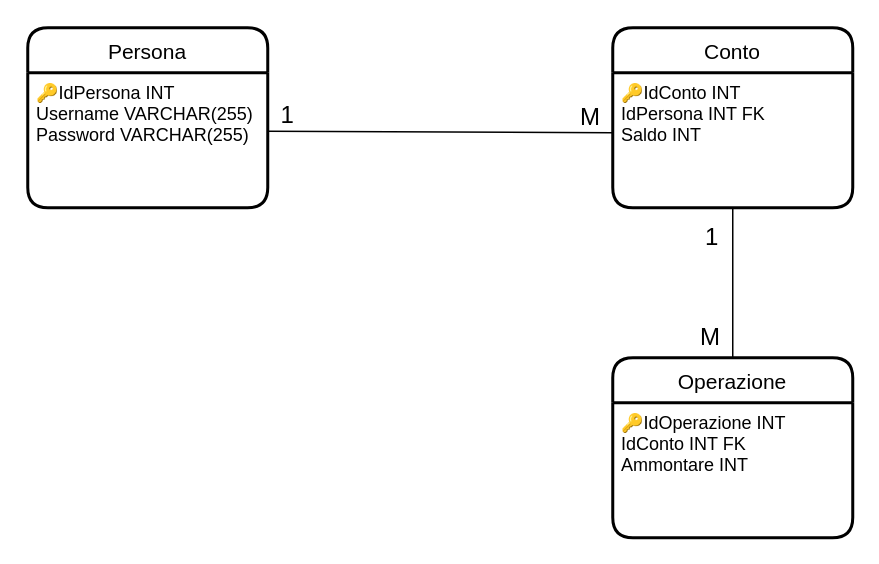
The draw.io diagram conto/progettazione contodb.drawio in vvettigli/demo-bank-account, before the edit. Source tidied: cells renumbered, new cells numbered last; positions are measured from the earlier drawing's top-left corner, leaving out a move shared by most shapes. Both pictures are drawn from the tidied source at 150%, with x=0, y=0 at pixel (27, 27).
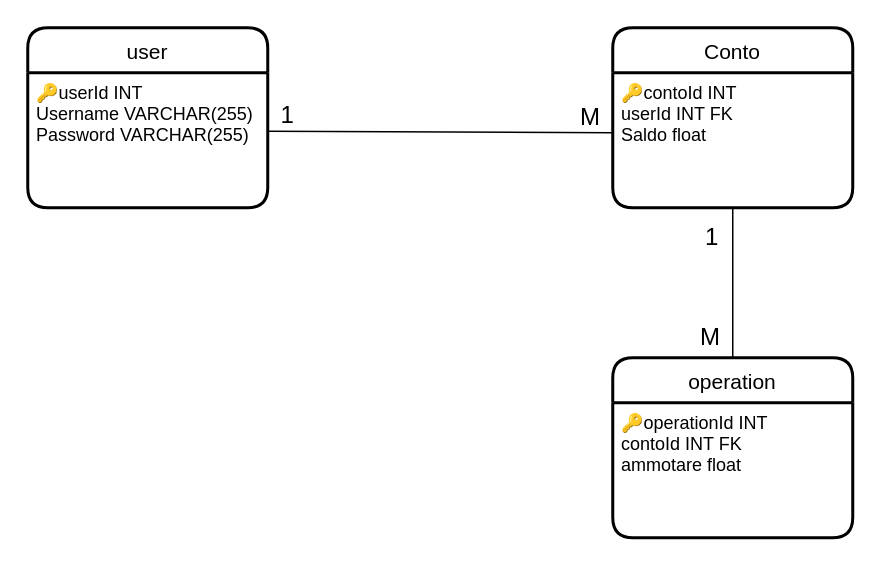
The same diagram, later.

The edit, as a diff of the source:
```diff
@@
 <mxGraphModel>
   <root>
     <mxCell id="0" />
     <mxCell id="1" parent="0" />
-    <mxCell id="2" value="Persona" style="swimlane;horizontal=1;startSize=30;rounded=1;fontSize=14;fontStyle=0;strokeWidth=2;shadow=0;dashed=0;align=center;" parent="1" vertex="1">
+    <mxCell id="2" value="user" style="swimlane;horizontal=1;startSize=30;rounded=1;fontSize=14;fontStyle=0;strokeWidth=2;shadow=0;dashed=0;align=center;" parent="1" vertex="1">
       <mxGeometry width="160" height="120" as="geometry" />
     </mxCell>
-    <mxCell id="3" value="🔑IdPersona INT&#10;Username VARCHAR(255)&#10;Password VARCHAR(255)" style="align=left;strokeColor=none;fillColor=none;spacingLeft=4;fontSize=12;verticalAlign=top;" parent="2" vertex="1">
+    <mxCell id="3" value="🔑userId INT&#10;Username VARCHAR(255)&#10;Password VARCHAR(255)" style="align=left;strokeColor=none;fillColor=none;spacingLeft=4;fontSize=12;verticalAlign=top;" parent="2" vertex="1">
       <mxGeometry y="30" width="160" height="90" as="geometry" />
     </mxCell>
     <mxCell id="4" value="Conto" style="swimlane;horizontal=1;startSize=30;rounded=1;fontSize=14;fontStyle=0;strokeWidth=2;shadow=0;dashed=0;align=center;" parent="1" vertex="1">
       <mxGeometry x="390" width="160" height="120" as="geometry" />
     </mxCell>
-    <mxCell id="5" value="🔑IdConto INT&#10;IdPersona INT FK&#10;Saldo INT" style="align=left;strokeColor=none;fillColor=none;spacingLeft=4;fontSize=12;verticalAlign=top;" parent="4" vertex="1">
+    <mxCell id="5" value="🔑contoId INT&#10;userId INT FK&#10;Saldo float" style="align=left;strokeColor=none;fillColor=none;spacingLeft=4;fontSize=12;verticalAlign=top;" parent="4" vertex="1">
       <mxGeometry y="30" width="160" height="90" as="geometry" />
     </mxCell>
-    <mxCell id="6" value="Operazione" style="swimlane;horizontal=1;startSize=30;rounded=1;fontSize=14;fontStyle=0;strokeWidth=2;shadow=0;dashed=0;align=center;" parent="1" vertex="1">
+    <mxCell id="6" value="operation" style="swimlane;horizontal=1;startSize=30;rounded=1;fontSize=14;fontStyle=0;strokeWidth=2;shadow=0;dashed=0;align=center;" parent="1" vertex="1">
       <mxGeometry x="390" y="220" width="160" height="120" as="geometry" />
     </mxCell>
-    <mxCell id="7" value="🔑IdOperazione INT&#10;IdConto INT FK&#10;Ammontare INT" style="align=left;strokeColor=none;fillColor=none;spacingLeft=4;fontSize=12;verticalAlign=top;" parent="6" vertex="1">
+    <mxCell id="7" value="🔑operationId INT&#10;contoId INT FK&#10;ammotare float" style="align=left;strokeColor=none;fillColor=none;spacingLeft=4;fontSize=12;verticalAlign=top;" parent="6" vertex="1">
       <mxGeometry y="30" width="160" height="90" as="geometry" />
     </mxCell>
     <mxCell id="8" style="endArrow=none;html=1;rounded=0;strokeColor=default;fontSize=16;startSize=5;endSize=5;jumpStyle=none;jumpSize=6;exitX=1;exitY=0.433;exitDx=0;exitDy=0;exitPerimeter=0;" parent="1" edge="1" source="3">
       <mxGeometry relative="1" as="geometry">
         <mxPoint x="390" y="70" as="targetPoint" />
       </mxGeometry>
     </mxCell>
     <mxCell id="9" value="1" style="html=1;align=left;verticalAlign=bottom;fontSize=16;" parent="8" vertex="1">
       <mxGeometry x="-1" relative="1" as="geometry">
         <mxPoint x="7" as="offset" />
       </mxGeometry>
     </mxCell>
     <mxCell id="10" value="M" style="html=1;align=right;verticalAlign=bottom;fontSize=16;" parent="8" vertex="1">
       <mxGeometry x="1" relative="1" as="geometry">
         <mxPoint x="-8" as="offset" />
       </mxGeometry>
     </mxCell>
     <mxCell id="11" style="endArrow=none;html=1;rounded=0;strokeColor=default;fontSize=16;startSize=5;endSize=5;jumpStyle=none;jumpSize=6;exitX=0.5;exitY=1;exitDx=0;exitDy=0;entryX=0.5;entryY=0;entryDx=0;entryDy=0;" parent="1" edge="1" source="5" target="6">
       <mxGeometry relative="1" as="geometry" />
     </mxCell>
     <mxCell id="12" value="1" style="html=1;align=left;verticalAlign=bottom;fontSize=16;" parent="11" vertex="1">
       <mxGeometry x="-1" relative="1" as="geometry">
         <mxPoint x="-20" y="30" as="offset" />
       </mxGeometry>
     </mxCell>
     <mxCell id="13" value="M" style="html=1;align=right;verticalAlign=bottom;fontSize=16;" parent="11" vertex="1">
       <mxGeometry x="1" relative="1" as="geometry">
         <mxPoint x="-8" y="-3" as="offset" />
       </mxGeometry>
     </mxCell>
   </root>
 </mxGraphModel>
```
